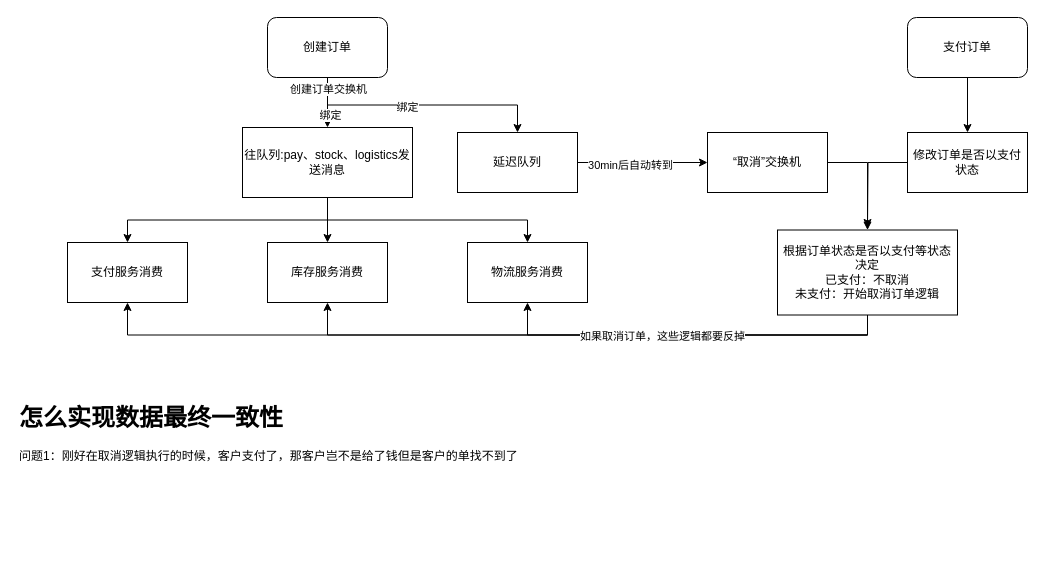
This is rabbitmq-mall.drawio from liepig1223/drawio, a draw.io file, before an edit. Source tidied: cells renumbered, new cells numbered last; positions are measured from the earlier drawing's top-left corner, leaving out a move shared by most shapes. Both pictures are drawn from the tidied source at 100%, with x=0, y=0 at pixel (17, 17).
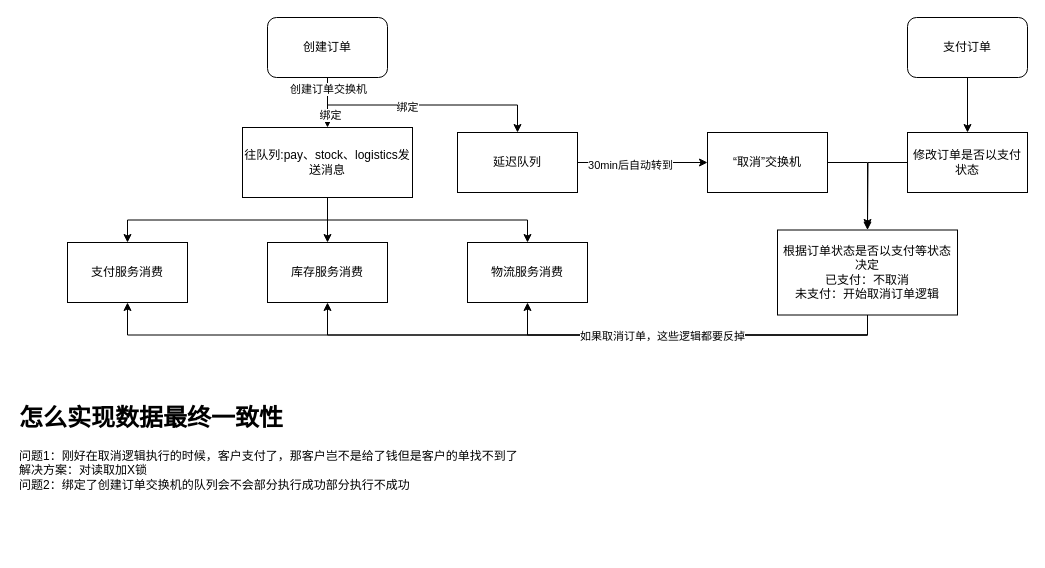
After the change.

Change to the diagram source:
```diff
@@
-    <mxCell id="29" value="&lt;h1 style=&quot;margin-top: 0px;&quot;&gt;怎么实现数据最终一致性&lt;/h1&gt;问题1：刚好在取消逻辑执行的时候，客户支付了，那客户岂不是给了钱但是客户的单找不到了" style="text;html=1;whiteSpace=wrap;overflow=hidden;rounded=0;" parent="1" vertex="1">
+    <mxCell id="29" value="&lt;h1 style=&quot;margin-top: 0px;&quot;&gt;怎么实现数据最终一致性&lt;/h1&gt;&lt;div&gt;问题1：刚好在取消逻辑执行的时候，客户支付了，那客户岂不是给了钱但是客户的单找不到了&lt;/div&gt;&lt;div&gt;解决方案：对读取加X锁&lt;/div&gt;&lt;div&gt;问题2：绑定了创建订单交换机的队列会不会部分执行成功部分执行不成功&lt;/div&gt;&lt;div&gt;&lt;br&gt;&lt;/div&gt;" style="text;html=1;whiteSpace=wrap;overflow=hidden;rounded=0;" parent="1" vertex="1">
       <mxGeometry y="380" width="560" height="150" as="geometry" />
     </mxCell>
```
